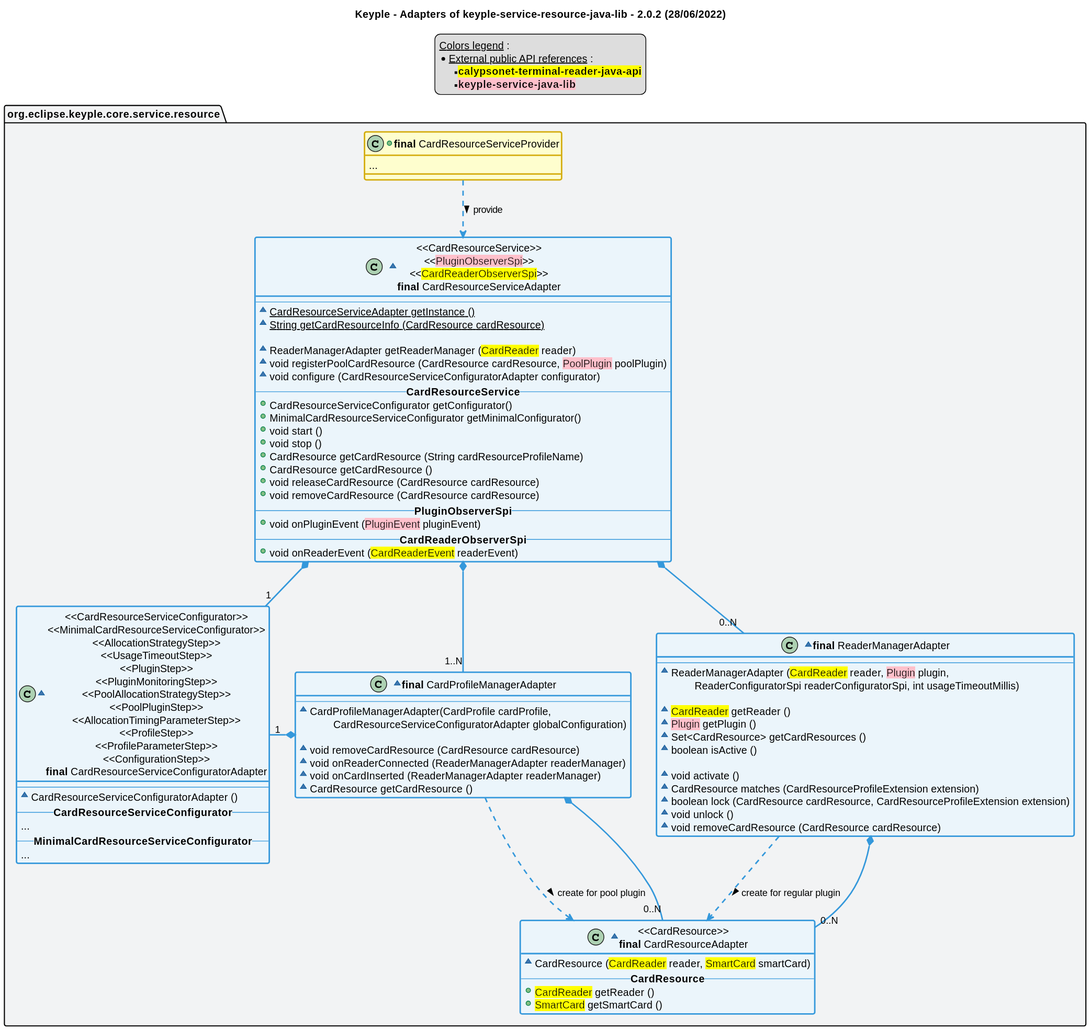
The PlantUML diagram src/main/uml/adapter_class_diagram.svg in eclipse-keyple/keyple-service-resource-java-lib, before a commit.
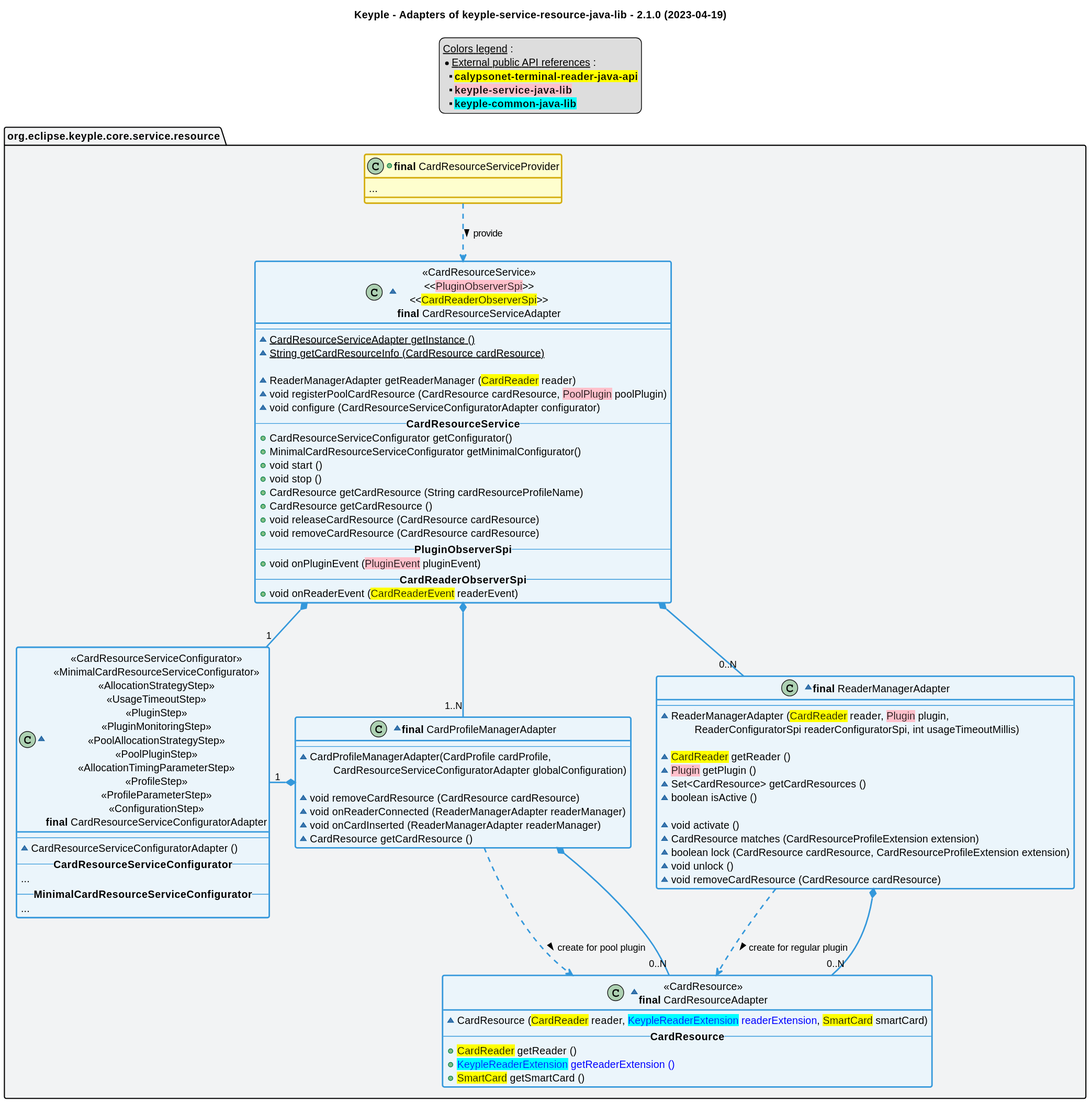
After the change.

Diff of the diagram source:
```diff
@@ -1,6 +1,6 @@
 @startuml
 title
-    Keyple - Adapters of keyple-service-resource-java-lib - 2.0.2 (28/06/2022)
+    Keyple - Adapters of keyple-service-resource-java-lib - 2.1.0 (2023-04-19)
 end title
 
 
@@ -45,6 +45,7 @@
     * __External public API references__ :
     ** <back:yellow>**calypsonet-terminal-reader-java-api**</back>
     ** <back:pink>**keyple-service-java-lib**</back>
+    ** <back:cyan>**keyple-common-java-lib**</back>
 end legend
 
 package "org.eclipse.keyple.core.service.resource" as resource {
@@ -75,9 +76,10 @@
         +void onReaderEvent (<back:yellow>CardReaderEvent</back> readerEvent)
     }
     ~class "<<CardResource>>\n**final** CardResourceAdapter" as CardResourceAdapter {
-        ~CardResource (<back:yellow>CardReader</back> reader, <back:yellow>SmartCard</back> smartCard)
+        ~CardResource (<back:yellow>CardReader</back> reader, <color:blue><back:cyan>KeypleReaderExtension</back> readerExtension</color>, <back:yellow>SmartCard</back> smartCard)
         -- **CardResource** --
         +<back:yellow>CardReader</back> getReader ()
+        +<color:blue><back:cyan>KeypleReaderExtension</back> getReaderExtension ()
         +<back:yellow>SmartCard</back> getSmartCard ()
     }
     ~class "**final** ReaderManagerAdapter" as ReaderManagerAdapter {
@@ -135,10 +137,9 @@
 
 package resource #C_GREY2 {}
 
-class CardResourceServiceAdapter <<blue>>
-class CardResourceAdapter <<blue>>
-class CardResourceServiceConfiguratorAdapter <<blue>>
-class ReaderManagerAdapter <<blue>>
-class CardProfileManagerAdapter <<blue>>
-
+class resource.CardResourceServiceAdapter <<blue>>
+class resource.CardResourceAdapter <<blue>>
+class resource.CardResourceServiceConfiguratorAdapter <<blue>>
+class resource.ReaderManagerAdapter <<blue>>
+class resource.CardProfileManagerAdapter <<blue>>
 @enduml
```
